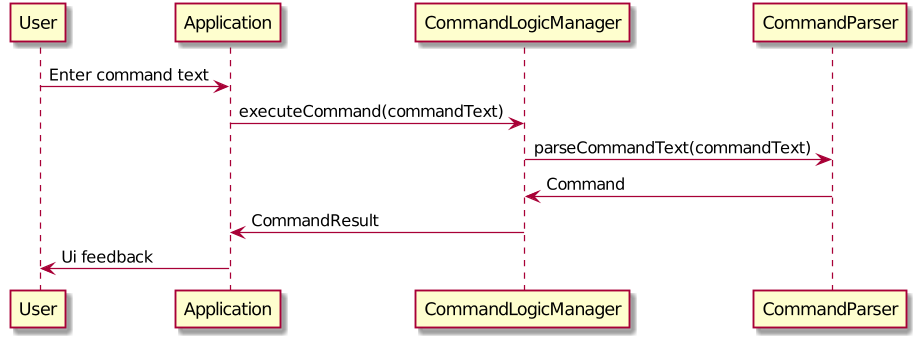
Before: docs/images/developerguide/CommandLogicSequence.png, a diagram exported from PlantUML (nus-cs2103-AY1920S1/addressbook-level3). Source of this version:
```plantuml
@startuml
User -> Application: Enter command text
Application -> CommandLogicManager: executeCommand(commandText)
CommandLogicManager -> CommandParser: parseCommandText(commandText)
CommandParser -> CommandLogicManager: Command
CommandLogicManager -> Application: CommandResult
Application -> User: Ui feedback
@enduml
```
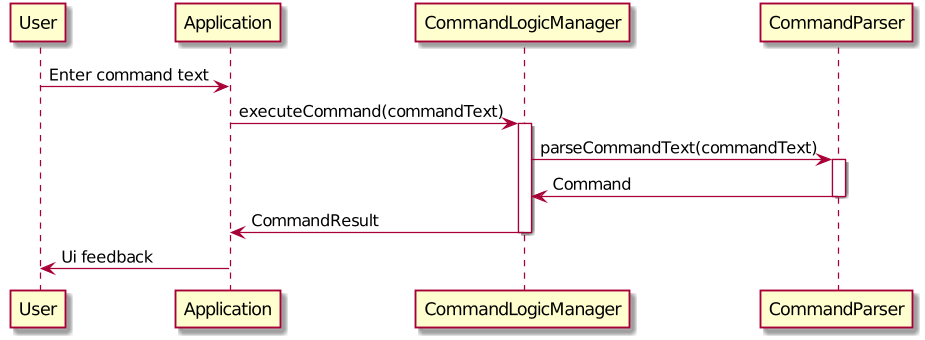
After the commit.

Commit message:
Added activation bars to sequence diagrams

The edit, as a diff of the source:
```diff
@@ -1,8 +1,12 @@
 @startuml
 User -> Application: Enter command text
 Application -> CommandLogicManager: executeCommand(commandText)
+activate CommandLogicManager
 CommandLogicManager -> CommandParser: parseCommandText(commandText)
+activate CommandParser
 CommandParser -> CommandLogicManager: Command
+deactivate CommandParser
 CommandLogicManager -> Application: CommandResult
+deactivate CommandLogicManager
 Application -> User: Ui feedback
 @enduml
```
